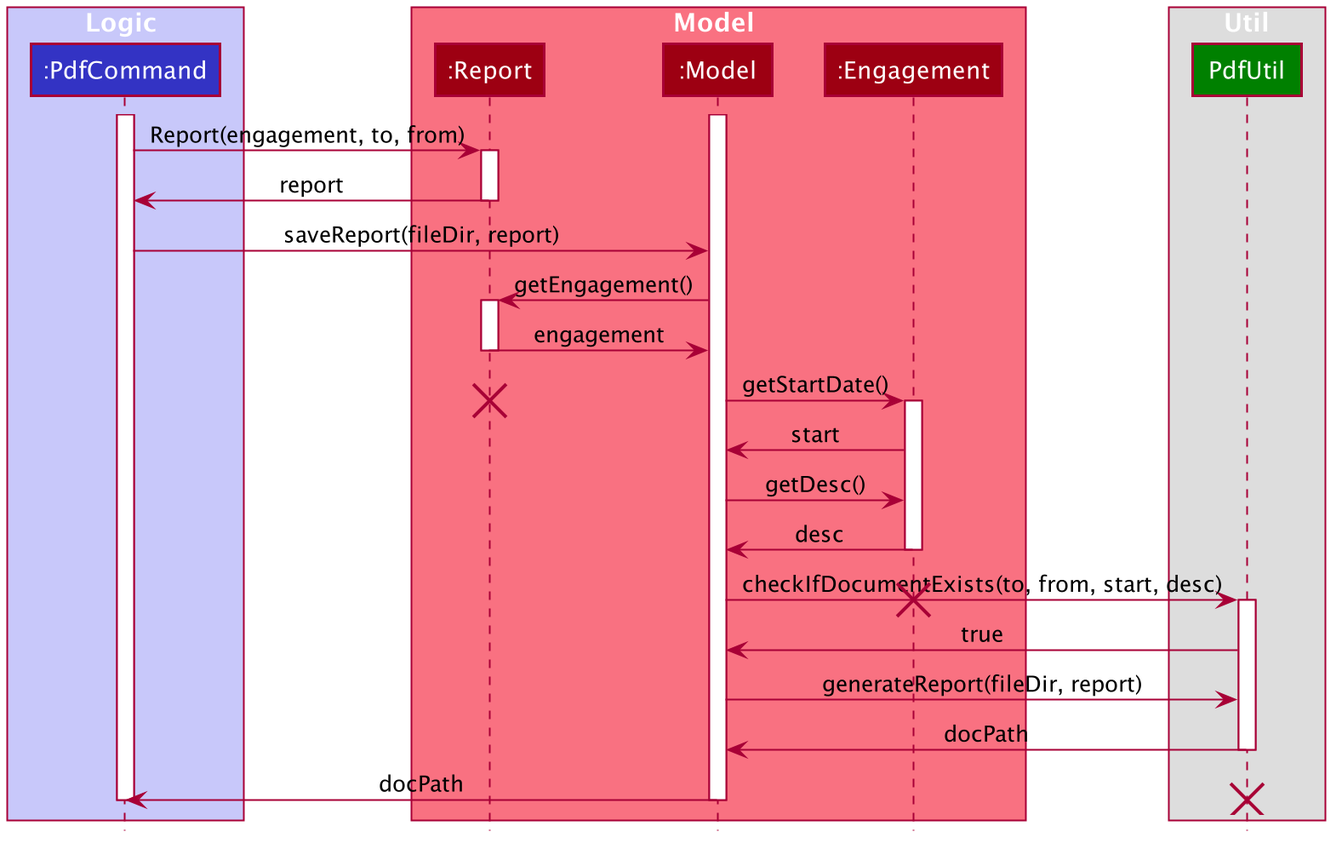
nus-cs2103-AY1920S1/addressbook-level3 keeps this PlantUML diagram as docs/images/GenerateReportSequenceDiagram.png. Above is the earlier version. The source it was exported from:
```plantuml
@startuml








skinparam BackgroundColor #FFFFFFF

skinparam Shadowing false

skinparam Class {
    FontColor #FFFFFF
    BorderThickness 1
    BorderColor #FFFFFF
    StereotypeFontColor #FFFFFF
    FontName Arial
}

skinparam Actor {
    BorderColor #000000
    Color #000000
    FontName Arial
}

skinparam Sequence {
    MessageAlign center
    BoxFontSize 15
    BoxPadding 0
    BoxFontColor #FFFFFF
    FontName Arial
}

skinparam Participant {
    FontColor #FFFFFFF
    Padding 20
}

skinparam MinClassWidth 50
skinparam ParticipantPadding 10
skinparam Shadowing false
skinparam DefaultTextAlignment center
skinparam packageStyle Rectangle

hide footbox
hide members
hide circle
box Logic #C8C8FA
participant ":PdfCommand" as PdfCommand #3333C4
end box

box Model #F97181
participant ":Report" as Report #9D0012
participant ":Model" as Model #9D0012
participant ":Engagement" as Engagement #9D0012
end box

box Util
participant PdfUtil as PdfUtil #green
end box

activate PdfCommand
activate Model
PdfCommand -> Report:Report(engagement, to, from)
activate Report
Report -> PdfCommand:report
deactivate Report
PdfCommand -> Model:saveReport(fileDir, report)
Model -> Report:getEngagement()
activate Report
Report -> Model:engagement
deactivate Report
Model -> Engagement:getStartDate()
destroy Report
activate Engagement
Engagement -> Model:start
Model -> Engagement:getDesc()
Engagement -> Model:desc
deactivate Engagement

deactivate Engagement
Model -> PdfUtil:checkIfDocumentExists(to, from, start, desc)
destroy Engagement
activate PdfUtil

PdfUtil -> Model:true
Model -> PdfUtil:generateReport(fileDir, report)
PdfUtil -> Model:docPath
deactivate PdfUtil
Model -> PdfCommand:docPath
deactivate Model
deactivate PdfCommand
destroy PdfUtil
@enduml
```
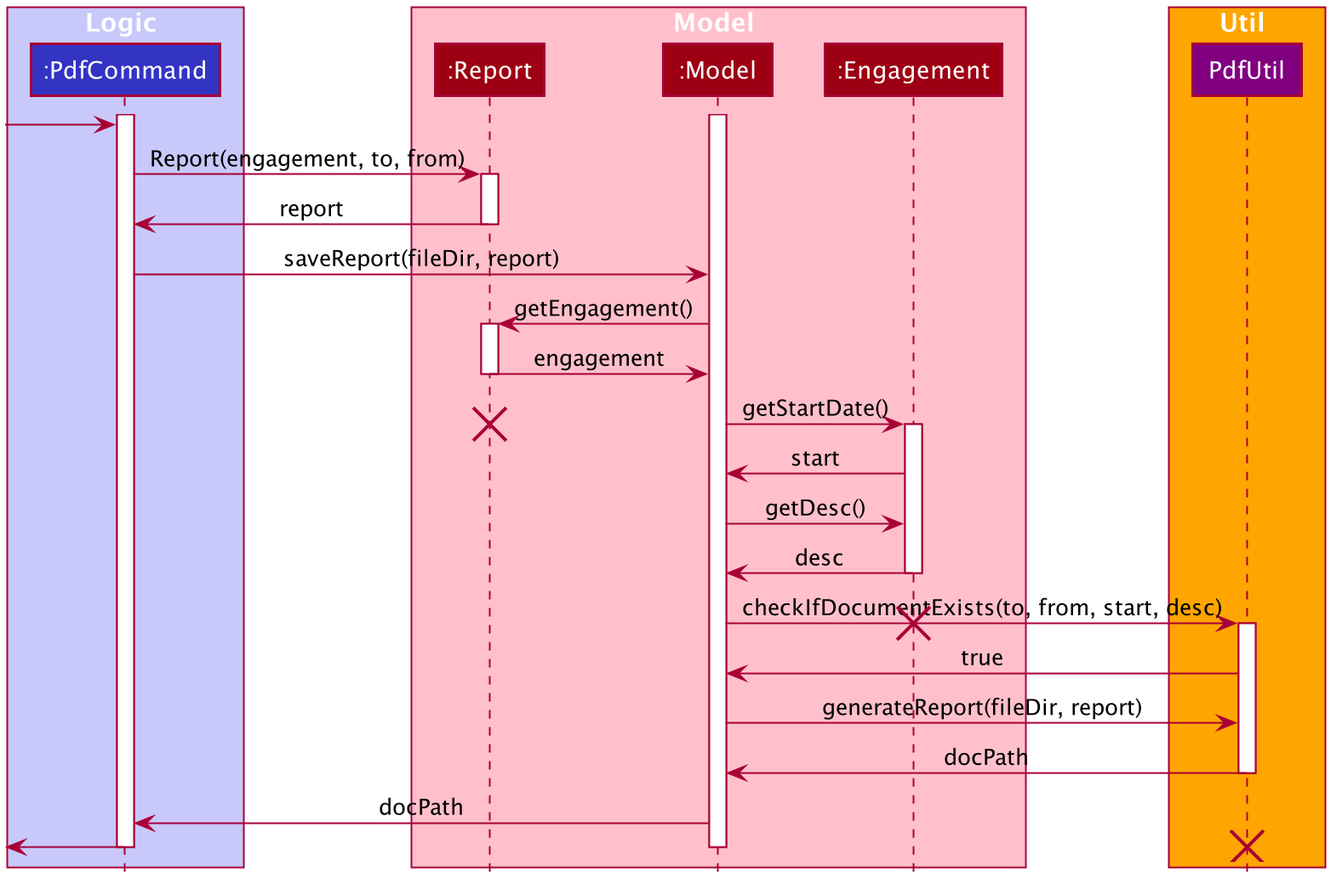
Above is the later version.

Commit message:
changes in user guide and sequence diagram.

Change to the diagram source:
```diff
@@ -51,18 +51,19 @@
 participant ":PdfCommand" as PdfCommand #3333C4
 end box
 
-box Model #F97181
+box Model #pink
 participant ":Report" as Report #9D0012
 participant ":Model" as Model #9D0012
 participant ":Engagement" as Engagement #9D0012
 end box
 
-box Util
-participant PdfUtil as PdfUtil #green
+box Util #orange
+participant PdfUtil as PdfUtil #purple
 end box
 
 activate PdfCommand
 activate Model
+[-> PdfCommand
 PdfCommand -> Report:Report(engagement, to, from)
 activate Report
 Report -> PdfCommand:report
@@ -90,6 +91,7 @@
 PdfUtil -> Model:docPath
 deactivate PdfUtil
 Model -> PdfCommand:docPath
+PdfCommand ->[
 deactivate Model
 deactivate PdfCommand
 destroy PdfUtil
```
